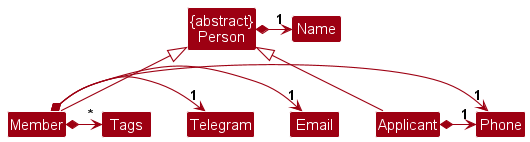
Earlier version of the PlantUML export docs/images/ModelPersonClassDiagram.png (nus-cs2103-AY2324S1/tp). The source it was exported from:
```plantuml
@startuml
!include style.puml
skinparam arrowThickness 1.1
skinparam arrowColor MODEL_COLOR
skinparam classBackgroundColor MODEL_COLOR

class "{abstract}\nPerson" as Person
class Member extends Person
class Applicant extends Person
class Name
class Phone
class Email
class Telegram
class Tags

Person *-> "1" Name
Member *-> "1" Phone
Member *-> "1" Email
Member *-> "1" Telegram
Member *-> "*" Tags
Applicant *-> "1" Phone

@enduml
```
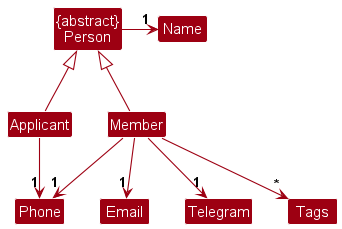
After the commit.

Change to the diagram source:
```diff
@@ -5,19 +5,22 @@
 skinparam classBackgroundColor MODEL_COLOR
 
 class "{abstract}\nPerson" as Person
-class Member extends Person
-class Applicant extends Person
+class Member
+class Applicant
 class Name
 class Phone
 class Email
 class Telegram
 class Tags
 
-Person *-> "1" Name
-Member *-> "1" Phone
-Member *-> "1" Email
-Member *-> "1" Telegram
-Member *-> "*" Tags
-Applicant *-> "1" Phone
+Member -up-|> Person
+Applicant -up-|> Person
+
+Person -> "1" Name
+Member -> "1" Phone
+Member -down-> "1" Email
+Member -down-> "1" Telegram
+Member -down-> "*" Tags
+Applicant -down-> "1" Phone
 
 @enduml
```
